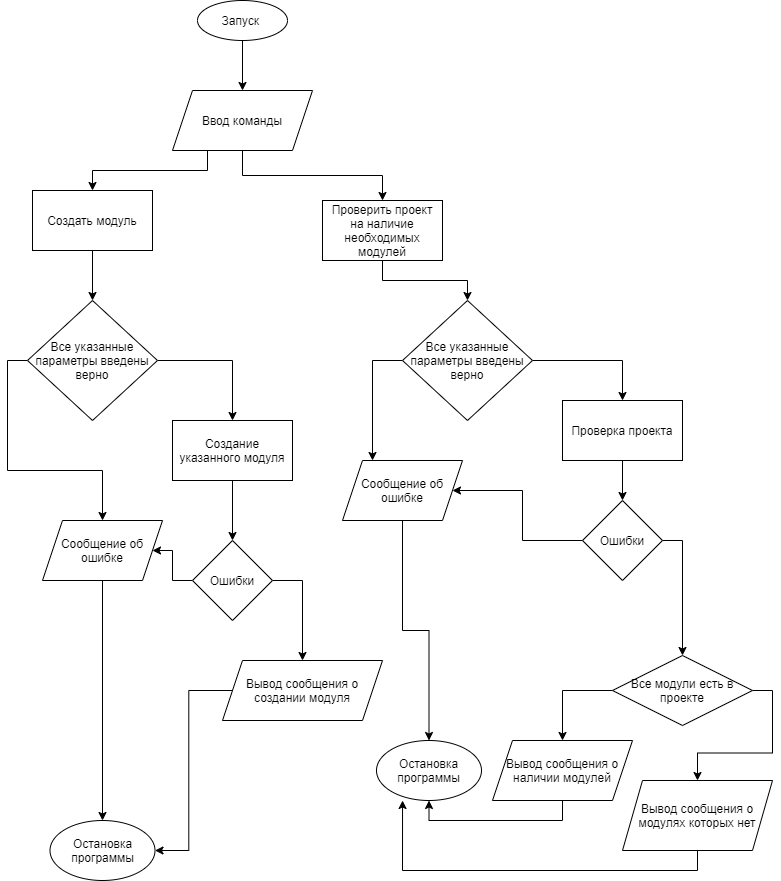
This is module-preparator.drawio.png from EvgeniiGerasin/module-preparator-for-writing-tests, a draw.io export, as it was before one commit. Source tidied: cells renumbered, new cells last; positions are measured from the earlier drawing's top-left corner, leaving out a move shared by most shapes.
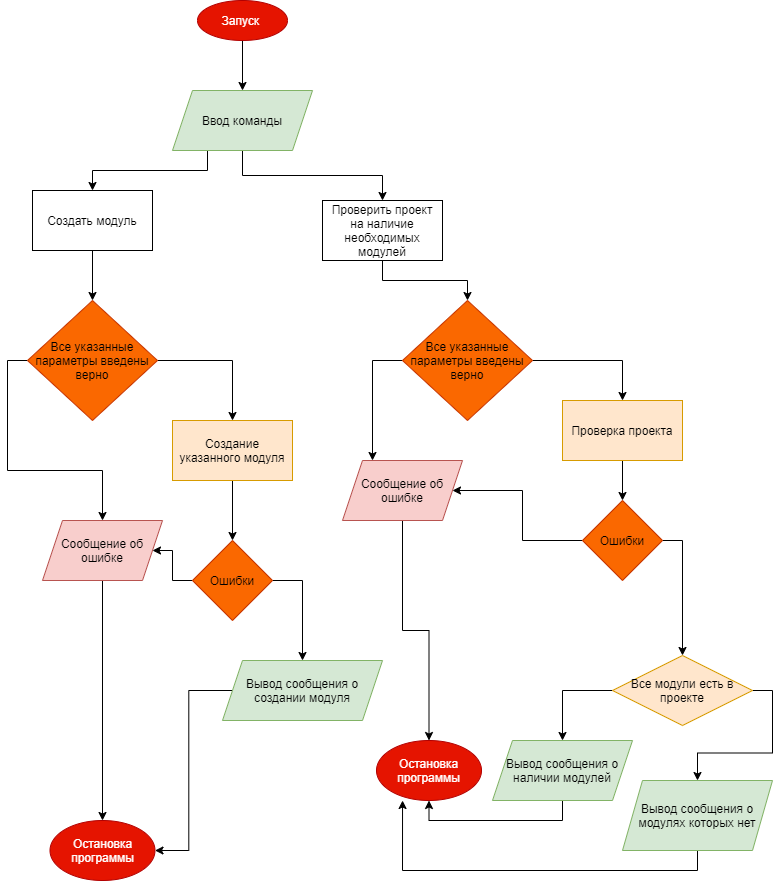
Above is the later version.

Diff of the diagram source:
```diff
@@ -8,7 +8,7 @@
     <mxCell id="3" style="edgeStyle=orthogonalEdgeStyle;rounded=0;jettySize=auto;html=1;exitX=0.5;exitY=1;exitDx=0;exitDy=0;entryX=0.5;entryY=0;entryDx=0;entryDy=0;" parent="1" edge="1" source="4" target="11">
       <mxGeometry relative="1" as="geometry" />
     </mxCell>
-    <mxCell id="4" value="Ввод команды" style="shape=parallelogram;perimeter=parallelogramPerimeter;whiteSpace=wrap;html=1;fixedSize=1;" parent="1" vertex="1">
+    <mxCell id="4" value="Ввод команды" style="shape=parallelogram;perimeter=parallelogramPerimeter;whiteSpace=wrap;html=1;fixedSize=1;fillColor=#d5e8d4;strokeColor=#82b366;" parent="1" vertex="1">
       <mxGeometry x="145" y="90" width="140" height="60" as="geometry" />
     </mxCell>
     <mxCell id="5" style="edgeStyle=orthogonalEdgeStyle;rounded=0;jettySize=auto;html=1;exitX=0;exitY=0.5;exitDx=0;exitDy=0;entryX=0.5;entryY=0;entryDx=0;entryDy=0;" parent="1" edge="1" source="7" target="15">
@@ -17,7 +17,7 @@
     <mxCell id="6" style="edgeStyle=orthogonalEdgeStyle;rounded=0;jettySize=auto;html=1;exitX=1;exitY=0.5;exitDx=0;exitDy=0;entryX=0.5;entryY=0;entryDx=0;entryDy=0;" parent="1" edge="1" source="7" target="18">
       <mxGeometry relative="1" as="geometry" />
     </mxCell>
-    <mxCell id="7" value="Все указанные параметры введены верно" style="rhombus;whiteSpace=wrap;html=1;" parent="1" vertex="1">
+    <mxCell id="7" value="Все указанные параметры введены верно" style="rhombus;whiteSpace=wrap;html=1;fillColor=#fa6800;fontColor=#000000;strokeColor=#C73500;" parent="1" vertex="1">
       <mxGeometry y="300" width="130" height="120" as="geometry" />
     </mxCell>
     <mxCell id="8" style="edgeStyle=orthogonalEdgeStyle;rounded=0;jettySize=auto;html=1;exitX=0.5;exitY=1;exitDx=0;exitDy=0;entryX=0.5;entryY=0;entryDx=0;entryDy=0;" parent="1" edge="1" source="9" target="7">
@@ -35,22 +35,22 @@
     <mxCell id="12" style="edgeStyle=orthogonalEdgeStyle;rounded=0;jettySize=auto;html=1;exitX=0.5;exitY=1;exitDx=0;exitDy=0;entryX=0.5;entryY=0;entryDx=0;entryDy=0;" parent="1" edge="1" source="13" target="4">
       <mxGeometry relative="1" as="geometry" />
     </mxCell>
-    <mxCell id="13" value="Запуск&amp;nbsp;" style="ellipse;whiteSpace=wrap;html=1;" parent="1" vertex="1">
+    <mxCell id="13" value="Запуск&amp;nbsp;" style="ellipse;whiteSpace=wrap;html=1;fillColor=#e51400;fontColor=#ffffff;strokeColor=#B20000;" parent="1" vertex="1">
       <mxGeometry x="170" width="90" height="40" as="geometry" />
     </mxCell>
     <mxCell id="14" style="edgeStyle=orthogonalEdgeStyle;rounded=0;jettySize=auto;html=1;exitX=0.5;exitY=1;exitDx=0;exitDy=0;entryX=0.5;entryY=0;entryDx=0;entryDy=0;" parent="1" edge="1" source="15" target="16">
       <mxGeometry relative="1" as="geometry" />
     </mxCell>
-    <mxCell id="15" value="Сообщение об ошибке" style="shape=parallelogram;perimeter=parallelogramPerimeter;whiteSpace=wrap;html=1;fixedSize=1;" parent="1" vertex="1">
+    <mxCell id="15" value="Сообщение об ошибке" style="shape=parallelogram;perimeter=parallelogramPerimeter;whiteSpace=wrap;html=1;fixedSize=1;fillColor=#f8cecc;strokeColor=#b85450;" parent="1" vertex="1">
       <mxGeometry x="15" y="520" width="120" height="60" as="geometry" />
     </mxCell>
-    <mxCell id="16" value="Остановка программы" style="ellipse;whiteSpace=wrap;html=1;" parent="1" vertex="1">
+    <mxCell id="16" value="Остановка программы" style="ellipse;whiteSpace=wrap;html=1;fillColor=#e51400;fontColor=#ffffff;strokeColor=#B20000;" parent="1" vertex="1">
       <mxGeometry x="22.5" y="820" width="105" height="60" as="geometry" />
     </mxCell>
     <mxCell id="17" style="edgeStyle=orthogonalEdgeStyle;rounded=0;jettySize=auto;html=1;exitX=0.5;exitY=1;exitDx=0;exitDy=0;entryX=0.5;entryY=0;entryDx=0;entryDy=0;" parent="1" edge="1" source="18" target="21">
       <mxGeometry relative="1" as="geometry" />
     </mxCell>
-    <mxCell id="18" value="Создание указанного модуля" style="rounded=0;whiteSpace=wrap;html=1;" parent="1" vertex="1">
+    <mxCell id="18" value="Создание указанного модуля" style="rounded=0;whiteSpace=wrap;html=1;fillColor=#ffe6cc;strokeColor=#d79b00;" parent="1" vertex="1">
       <mxGeometry x="145" y="420" width="120" height="60" as="geometry" />
     </mxCell>
     <mxCell id="19" style="edgeStyle=orthogonalEdgeStyle;rounded=0;jettySize=auto;html=1;exitX=0;exitY=0.5;exitDx=0;exitDy=0;entryX=1;entryY=0.5;entryDx=0;entryDy=0;" parent="1" edge="1" source="21" target="15">
@@ -59,13 +59,13 @@
     <mxCell id="20" style="edgeStyle=orthogonalEdgeStyle;rounded=0;jettySize=auto;html=1;exitX=1;exitY=0.5;exitDx=0;exitDy=0;entryX=0.5;entryY=0;entryDx=0;entryDy=0;" parent="1" edge="1" source="21" target="23">
       <mxGeometry relative="1" as="geometry" />
     </mxCell>
-    <mxCell id="21" value="Ошибки" style="rhombus;whiteSpace=wrap;html=1;" parent="1" vertex="1">
+    <mxCell id="21" value="Ошибки" style="rhombus;whiteSpace=wrap;html=1;fillColor=#fa6800;fontColor=#000000;strokeColor=#C73500;" parent="1" vertex="1">
       <mxGeometry x="165" y="540" width="80" height="80" as="geometry" />
     </mxCell>
     <mxCell id="22" style="edgeStyle=orthogonalEdgeStyle;rounded=0;jettySize=auto;html=1;exitX=0;exitY=0.5;exitDx=0;exitDy=0;entryX=1;entryY=0.5;entryDx=0;entryDy=0;" parent="1" edge="1" source="23" target="16">
       <mxGeometry relative="1" as="geometry" />
     </mxCell>
-    <mxCell id="23" value="Вывод сообщения о создании модуля" style="shape=parallelogram;perimeter=parallelogramPerimeter;whiteSpace=wrap;html=1;fixedSize=1;" parent="1" vertex="1">
+    <mxCell id="23" value="Вывод сообщения о создании модуля" style="shape=parallelogram;perimeter=parallelogramPerimeter;whiteSpace=wrap;html=1;fixedSize=1;fillColor=#d5e8d4;strokeColor=#82b366;" parent="1" vertex="1">
       <mxGeometry x="195" y="660" width="160" height="60" as="geometry" />
     </mxCell>
     <mxCell id="24" style="edgeStyle=orthogonalEdgeStyle;rounded=0;jettySize=auto;html=1;exitX=0;exitY=0.5;exitDx=0;exitDy=0;endArrow=classic;endFill=1;entryX=0.25;entryY=0;entryDx=0;entryDy=0;" parent="1" edge="1" source="26" target="28">
@@ -74,22 +74,22 @@
     <mxCell id="25" style="edgeStyle=orthogonalEdgeStyle;rounded=0;jettySize=auto;html=1;exitX=1;exitY=0.5;exitDx=0;exitDy=0;entryX=0.5;entryY=0;entryDx=0;entryDy=0;endArrow=classic;endFill=1;" parent="1" edge="1" source="26" target="31">
       <mxGeometry relative="1" as="geometry" />
     </mxCell>
-    <mxCell id="26" value="Все указанные параметры введены верно" style="rhombus;whiteSpace=wrap;html=1;" parent="1" vertex="1">
+    <mxCell id="26" value="Все указанные параметры введены верно" style="rhombus;whiteSpace=wrap;html=1;fillColor=#fa6800;fontColor=#000000;strokeColor=#C73500;" parent="1" vertex="1">
       <mxGeometry x="375" y="300" width="130" height="120" as="geometry" />
     </mxCell>
     <mxCell id="27" style="edgeStyle=orthogonalEdgeStyle;rounded=0;jettySize=auto;html=1;exitX=0.5;exitY=1;exitDx=0;exitDy=0;endArrow=classic;endFill=1;entryX=0.5;entryY=0;entryDx=0;entryDy=0;" parent="1" edge="1" source="28" target="29">
       <mxGeometry relative="1" as="geometry" />
     </mxCell>
-    <mxCell id="28" value="Сообщение об ошибке" style="shape=parallelogram;perimeter=parallelogramPerimeter;whiteSpace=wrap;html=1;fixedSize=1;" parent="1" vertex="1">
+    <mxCell id="28" value="Сообщение об ошибке" style="shape=parallelogram;perimeter=parallelogramPerimeter;whiteSpace=wrap;html=1;fixedSize=1;fillColor=#f8cecc;strokeColor=#b85450;" parent="1" vertex="1">
       <mxGeometry x="315" y="460" width="120" height="60" as="geometry" />
     </mxCell>
-    <mxCell id="29" value="Остановка программы" style="ellipse;whiteSpace=wrap;html=1;" parent="1" vertex="1">
+    <mxCell id="29" value="Остановка программы" style="ellipse;whiteSpace=wrap;html=1;fillColor=#e51400;fontColor=#ffffff;strokeColor=#B20000;" parent="1" vertex="1">
       <mxGeometry x="349" y="740" width="105" height="60" as="geometry" />
     </mxCell>
     <mxCell id="30" style="edgeStyle=orthogonalEdgeStyle;rounded=0;jettySize=auto;html=1;exitX=0.5;exitY=1;exitDx=0;exitDy=0;entryX=0.5;entryY=0;entryDx=0;entryDy=0;endArrow=classic;endFill=1;" parent="1" edge="1" source="31" target="34">
       <mxGeometry relative="1" as="geometry" />
     </mxCell>
-    <mxCell id="31" value="Проверка проекта" style="rounded=0;whiteSpace=wrap;html=1;" parent="1" vertex="1">
+    <mxCell id="31" value="Проверка проекта" style="rounded=0;whiteSpace=wrap;html=1;fillColor=#ffe6cc;strokeColor=#d79b00;" parent="1" vertex="1">
       <mxGeometry x="535" y="400" width="120" height="60" as="geometry" />
     </mxCell>
     <mxCell id="32" style="edgeStyle=orthogonalEdgeStyle;rounded=0;jettySize=auto;html=1;exitX=0;exitY=0.5;exitDx=0;exitDy=0;entryX=1;entryY=0.5;entryDx=0;entryDy=0;endArrow=classic;endFill=1;" parent="1" edge="1" source="34" target="28">
@@ -98,7 +98,7 @@
     <mxCell id="33" style="edgeStyle=orthogonalEdgeStyle;rounded=0;jettySize=auto;html=1;exitX=1;exitY=0.5;exitDx=0;exitDy=0;endArrow=classic;endFill=1;entryX=0.5;entryY=0;entryDx=0;entryDy=0;" parent="1" edge="1" source="34" target="37">
       <mxGeometry relative="1" as="geometry" />
     </mxCell>
-    <mxCell id="34" value="Ошибки" style="rhombus;whiteSpace=wrap;html=1;" parent="1" vertex="1">
+    <mxCell id="34" value="Ошибки" style="rhombus;whiteSpace=wrap;html=1;fillColor=#fa6800;fontColor=#000000;strokeColor=#C73500;" parent="1" vertex="1">
       <mxGeometry x="555" y="500" width="80" height="80" as="geometry" />
     </mxCell>
     <mxCell id="35" style="edgeStyle=orthogonalEdgeStyle;rounded=0;jettySize=auto;html=1;exitX=0;exitY=0.5;exitDx=0;exitDy=0;entryX=0.5;entryY=0;entryDx=0;entryDy=0;endArrow=classic;endFill=1;" parent="1" edge="1" source="37" target="41">
@@ -107,19 +107,19 @@
     <mxCell id="36" style="edgeStyle=orthogonalEdgeStyle;rounded=0;jettySize=auto;html=1;exitX=1;exitY=0.5;exitDx=0;exitDy=0;entryX=0.5;entryY=0;entryDx=0;entryDy=0;endArrow=classic;endFill=1;" parent="1" edge="1" source="37" target="39">
       <mxGeometry relative="1" as="geometry" />
     </mxCell>
-    <mxCell id="37" value="Все модули есть в проекте" style="rhombus;whiteSpace=wrap;html=1;" parent="1" vertex="1">
+    <mxCell id="37" value="Все модули есть в проекте" style="rhombus;whiteSpace=wrap;html=1;fillColor=#ffe6cc;strokeColor=#d79b00;" parent="1" vertex="1">
       <mxGeometry x="585" y="655" width="140" height="70" as="geometry" />
     </mxCell>
     <mxCell id="38" style="edgeStyle=orthogonalEdgeStyle;rounded=0;jettySize=auto;html=1;exitX=0.5;exitY=1;exitDx=0;exitDy=0;entryX=0.248;entryY=1;entryDx=0;entryDy=0;entryPerimeter=0;endArrow=classic;endFill=1;" parent="1" edge="1" source="39" target="29">
       <mxGeometry relative="1" as="geometry" />
     </mxCell>
-    <mxCell id="39" value="Вывод сообщения о модулях которых нет" style="shape=parallelogram;perimeter=parallelogramPerimeter;whiteSpace=wrap;html=1;fixedSize=1;" parent="1" vertex="1">
+    <mxCell id="39" value="Вывод сообщения о модулях которых нет" style="shape=parallelogram;perimeter=parallelogramPerimeter;whiteSpace=wrap;html=1;fixedSize=1;fillColor=#d5e8d4;strokeColor=#82b366;" parent="1" vertex="1">
       <mxGeometry x="595" y="780" width="150" height="70" as="geometry" />
     </mxCell>
     <mxCell id="40" style="edgeStyle=orthogonalEdgeStyle;rounded=0;jettySize=auto;html=1;exitX=0.5;exitY=1;exitDx=0;exitDy=0;entryX=0.5;entryY=1;entryDx=0;entryDy=0;endArrow=classic;endFill=1;" parent="1" edge="1" source="41" target="29">
       <mxGeometry relative="1" as="geometry" />
     </mxCell>
-    <mxCell id="41" value="Вывод сообщения о наличии модулей" style="shape=parallelogram;perimeter=parallelogramPerimeter;whiteSpace=wrap;html=1;fixedSize=1;" parent="1" vertex="1">
+    <mxCell id="41" value="Вывод сообщения о наличии модулей" style="shape=parallelogram;perimeter=parallelogramPerimeter;whiteSpace=wrap;html=1;fixedSize=1;fillColor=#d5e8d4;strokeColor=#82b366;" parent="1" vertex="1">
       <mxGeometry x="465" y="740" width="140" height="60" as="geometry" />
     </mxCell>
   </root>
```
